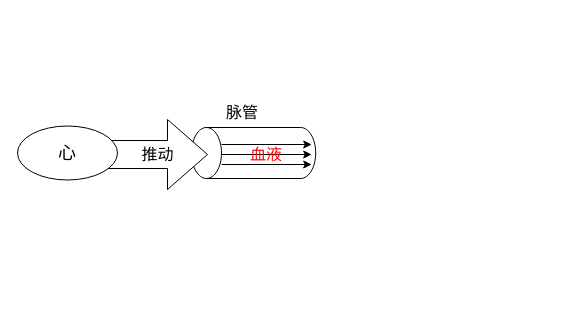
Above: 医门推敲叁/中医藏象学说/藏象学说之心/心主血脉理解.drawio in 328507133/chart (draw.io), before the change. Source tidied: cells renumbered, new cells numbered last; positions are measured from the earlier drawing's top-left corner, leaving out a move shared by most shapes. Both pictures are drawn from the tidied source at 100%, with x=0, y=0 at pixel (17, 90).
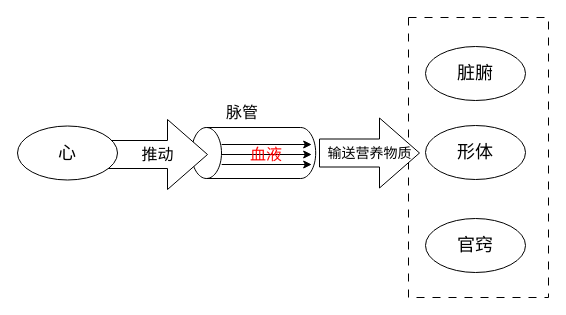
The same page after the edit.

Commit message (it also covers changes not shown here):
更新心主血脉理解.drawio

What changed in the source:
```diff
@@
 <mxGraphModel>
   <root>
     <mxCell id="0" />
     <mxCell id="1" parent="0" />
+    <mxCell id="11" style="group;" parent="1" vertex="1">
+      <mxGeometry x="391" y="-73" width="140" height="280" as="geometry" />
+    </mxCell>
+    <mxCell id="12" style="rounded=0;whiteSpace=wrap;html=1;dashed=1;dashPattern=8 8;" parent="11" vertex="1">
+      <mxGeometry width="140" height="280" as="geometry" />
+    </mxCell>
+    <mxCell id="13" value="官窍" style="ellipse;whiteSpace=wrap;html=1;fontSize=18;" parent="11" vertex="1">
+      <mxGeometry x="17" y="201" width="100" height="54" as="geometry" />
+    </mxCell>
+    <mxCell id="14" value="形体" style="ellipse;whiteSpace=wrap;html=1;fontSize=18;" parent="11" vertex="1">
+      <mxGeometry x="17" y="108" width="100" height="54" as="geometry" />
+    </mxCell>
+    <mxCell id="15" value="脏腑" style="ellipse;whiteSpace=wrap;html=1;fontSize=18;" parent="11" vertex="1">
+      <mxGeometry x="17" y="29" width="100" height="54" as="geometry" />
+    </mxCell>
+    <mxCell id="16" value="输送营养物质" style="html=1;shadow=0;dashed=0;align=center;verticalAlign=middle;shape=mxgraph.arrows2.arrow;dy=0.6;dx=40;notch=0;fontSize=14;" parent="1" vertex="1">
+      <mxGeometry x="302" y="27.5" width="100" height="70" as="geometry" />
+    </mxCell>
     <mxCell id="2" style="shape=cylinder3;whiteSpace=wrap;html=1;boundedLbl=1;backgroundOutline=1;size=15;rotation=-90;" parent="1" vertex="1">
       <mxGeometry x="210.6" y="0.4" width="51" height="124.2" as="geometry" />
     </mxCell>
     <mxCell id="3" value="推动" style="html=1;shadow=0;dashed=0;align=center;verticalAlign=middle;shape=mxgraph.arrows2.arrow;dy=0.6;dx=40;notch=0;fontSize=16;" parent="1" vertex="1">
       <mxGeometry x="90" y="29" width="100" height="70" as="geometry" />
     </mxCell>
     <mxCell id="4" style="group;" parent="1" vertex="1">
       <mxGeometry x="204.2" y="54" width="90" height="20" as="geometry" />
     </mxCell>
     <mxCell id="5" style="endArrow=classic;html=1;rounded=0;" parent="4" edge="1">
       <mxGeometry relative="1" as="geometry">
         <mxPoint as="sourcePoint" />
         <mxPoint x="90" as="targetPoint" />
       </mxGeometry>
     </mxCell>
     <mxCell id="6" style="endArrow=classic;html=1;rounded=0;" parent="4" edge="1">
       <mxGeometry relative="1" as="geometry">
         <mxPoint y="10" as="sourcePoint" />
         <mxPoint x="90" y="10" as="targetPoint" />
       </mxGeometry>
     </mxCell>
     <mxCell id="7" style="endArrow=classic;html=1;rounded=0;" parent="4" edge="1">
       <mxGeometry relative="1" as="geometry">
         <mxPoint y="20" as="sourcePoint" />
         <mxPoint x="90" y="20" as="targetPoint" />
       </mxGeometry>
     </mxCell>
     <mxCell id="8" value="心" style="ellipse;whiteSpace=wrap;html=1;fontSize=18;" parent="1" vertex="1">
       <mxGeometry y="35.5" width="100" height="54" as="geometry" />
     </mxCell>
     <mxCell id="9" value="脉管" style="text;html=1;strokeColor=none;fillColor=none;align=center;verticalAlign=middle;whiteSpace=wrap;rounded=0;fontSize=16;" parent="1" vertex="1">
       <mxGeometry x="195" y="7" width="60" height="30" as="geometry" />
     </mxCell>
     <mxCell id="10" value="血液" style="text;html=1;strokeColor=none;fillColor=none;align=center;verticalAlign=middle;whiteSpace=wrap;rounded=0;fontSize=16;fontColor=#FF0000;" parent="1" vertex="1">
       <mxGeometry x="219.2" y="49" width="60" height="30" as="geometry" />
     </mxCell>
   </root>
 </mxGraphModel>
```
